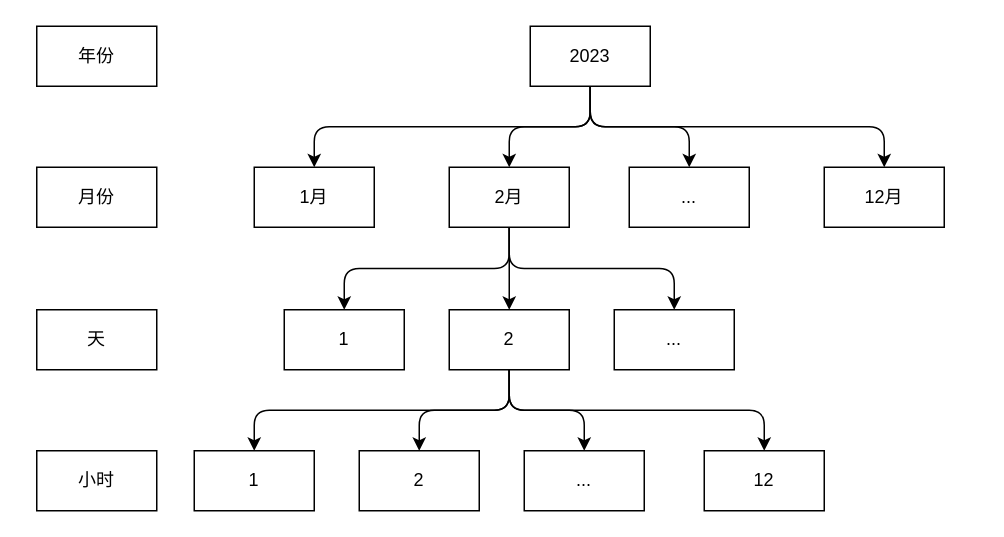
zhufuyin/draw keeps this draw.io diagram as 分段缓存.drawio. Above is the earlier version. Source tidied: cells renumbered, new cells numbered last; positions are measured from the earlier drawing's top-left corner, leaving out a move shared by most shapes. Both pictures are drawn from the tidied source at 150%, with x=0, y=0 at pixel (36, 26).
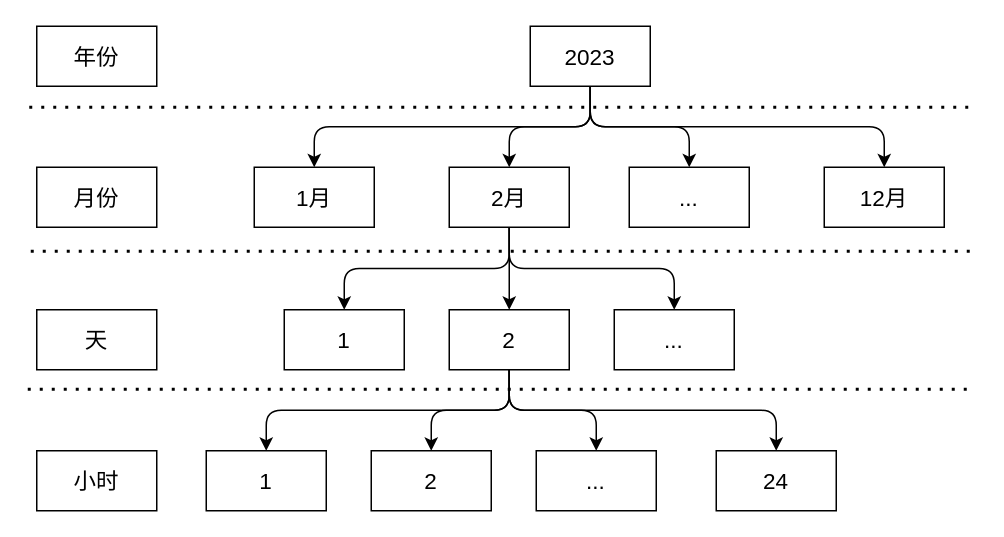
After the change.

Commit message (it also covers changes not shown here):
更新分段缓存.drawio

What changed in the source:
```diff
@@
-    <mxCell id="2" value="1月" style="rounded=0;whiteSpace=wrap;html=1;" parent="1" vertex="1">
+    <mxCell id="2" value="1月" style="rounded=0;whiteSpace=wrap;html=1;fontSize=15;" parent="1" vertex="1">
       <mxGeometry x="145" y="94" width="80" height="40" as="geometry" />
     </mxCell>
-    <mxCell id="3" style="edgeStyle=orthogonalEdgeStyle;rounded=1;jettySize=auto;html=1;exitX=0.5;exitY=1;exitDx=0;exitDy=0;curved=0;" parent="1" edge="1" source="7" target="2">
+    <mxCell id="3" style="edgeStyle=orthogonalEdgeStyle;rounded=1;jettySize=auto;html=1;exitX=0.5;exitY=1;exitDx=0;exitDy=0;curved=0;fontSize=15;" parent="1" edge="1" source="7" target="2">
       <mxGeometry relative="1" as="geometry" />
     </mxCell>
-    <mxCell id="4" style="edgeStyle=orthogonalEdgeStyle;rounded=1;jettySize=auto;html=1;exitX=0.5;exitY=1;exitDx=0;exitDy=0;entryX=0.5;entryY=0;entryDx=0;entryDy=0;curved=0;" parent="1" edge="1" source="7" target="11">
+    <mxCell id="4" style="edgeStyle=orthogonalEdgeStyle;rounded=1;jettySize=auto;html=1;exitX=0.5;exitY=1;exitDx=0;exitDy=0;entryX=0.5;entryY=0;entryDx=0;entryDy=0;curved=0;fontSize=15;" parent="1" edge="1" source="7" target="11">
       <mxGeometry relative="1" as="geometry" />
     </mxCell>
-    <mxCell id="5" style="edgeStyle=orthogonalEdgeStyle;rounded=1;jettySize=auto;html=1;exitX=0.5;exitY=1;exitDx=0;exitDy=0;entryX=0.5;entryY=0;entryDx=0;entryDy=0;curved=0;" parent="1" edge="1" source="7" target="12">
+    <mxCell id="5" style="edgeStyle=orthogonalEdgeStyle;rounded=1;jettySize=auto;html=1;exitX=0.5;exitY=1;exitDx=0;exitDy=0;entryX=0.5;entryY=0;entryDx=0;entryDy=0;curved=0;fontSize=15;" parent="1" edge="1" source="7" target="12">
       <mxGeometry relative="1" as="geometry" />
     </mxCell>
-    <mxCell id="6" style="edgeStyle=orthogonalEdgeStyle;rounded=1;jettySize=auto;html=1;exitX=0.5;exitY=1;exitDx=0;exitDy=0;entryX=0.5;entryY=0;entryDx=0;entryDy=0;curved=0;" parent="1" edge="1" source="7" target="13">
+    <mxCell id="6" style="edgeStyle=orthogonalEdgeStyle;rounded=1;jettySize=auto;html=1;exitX=0.5;exitY=1;exitDx=0;exitDy=0;entryX=0.5;entryY=0;entryDx=0;entryDy=0;curved=0;fontSize=15;" parent="1" edge="1" source="7" target="13">
       <mxGeometry relative="1" as="geometry" />
     </mxCell>
-    <mxCell id="7" value="2023" style="rounded=0;whiteSpace=wrap;html=1;" parent="1" vertex="1">
+    <mxCell id="7" value="2023" style="rounded=0;whiteSpace=wrap;html=1;fontSize=15;" parent="1" vertex="1">
       <mxGeometry x="329" width="80" height="40" as="geometry" />
     </mxCell>
-    <mxCell id="8" style="edgeStyle=orthogonalEdgeStyle;rounded=1;jettySize=auto;html=1;exitX=0.5;exitY=1;exitDx=0;exitDy=0;entryX=0.5;entryY=0;entryDx=0;entryDy=0;curved=0;" parent="1" edge="1" source="11" target="14">
+    <mxCell id="8" style="edgeStyle=orthogonalEdgeStyle;rounded=1;jettySize=auto;html=1;exitX=0.5;exitY=1;exitDx=0;exitDy=0;entryX=0.5;entryY=0;entryDx=0;entryDy=0;curved=0;fontSize=15;" parent="1" edge="1" source="11" target="14">
       <mxGeometry relative="1" as="geometry" />
     </mxCell>
-    <mxCell id="9" style="edgeStyle=orthogonalEdgeStyle;rounded=1;jettySize=auto;html=1;exitX=0.5;exitY=1;exitDx=0;exitDy=0;curved=0;" parent="1" edge="1" source="11" target="19">
+    <mxCell id="9" style="edgeStyle=orthogonalEdgeStyle;rounded=1;jettySize=auto;html=1;exitX=0.5;exitY=1;exitDx=0;exitDy=0;curved=0;fontSize=15;" parent="1" edge="1" source="11" target="19">
       <mxGeometry relative="1" as="geometry" />
     </mxCell>
-    <mxCell id="10" style="edgeStyle=orthogonalEdgeStyle;rounded=1;jettySize=auto;html=1;exitX=0.5;exitY=1;exitDx=0;exitDy=0;entryX=0.5;entryY=0;entryDx=0;entryDy=0;curved=0;" parent="1" edge="1" source="11" target="20">
+    <mxCell id="10" style="edgeStyle=orthogonalEdgeStyle;rounded=1;jettySize=auto;html=1;exitX=0.5;exitY=1;exitDx=0;exitDy=0;entryX=0.5;entryY=0;entryDx=0;entryDy=0;curved=0;fontSize=15;" parent="1" edge="1" source="11" target="20">
       <mxGeometry relative="1" as="geometry" />
     </mxCell>
-    <mxCell id="11" value="2月" style="rounded=0;whiteSpace=wrap;html=1;" parent="1" vertex="1">
+    <mxCell id="11" value="2月" style="rounded=0;whiteSpace=wrap;html=1;fontSize=15;" parent="1" vertex="1">
       <mxGeometry x="275" y="94" width="80" height="40" as="geometry" />
     </mxCell>
-    <mxCell id="12" value="..." style="rounded=0;whiteSpace=wrap;html=1;" parent="1" vertex="1">
+    <mxCell id="12" value="..." style="rounded=0;whiteSpace=wrap;html=1;fontSize=15;" parent="1" vertex="1">
       <mxGeometry x="395" y="94" width="80" height="40" as="geometry" />
     </mxCell>
-    <mxCell id="13" value="12月" style="rounded=0;whiteSpace=wrap;html=1;" parent="1" vertex="1">
+    <mxCell id="13" value="12月" style="rounded=0;whiteSpace=wrap;html=1;fontSize=15;" parent="1" vertex="1">
       <mxGeometry x="525" y="94" width="80" height="40" as="geometry" />
     </mxCell>
-    <mxCell id="14" value="1" style="rounded=0;whiteSpace=wrap;html=1;" parent="1" vertex="1">
+    <mxCell id="14" value="1" style="rounded=0;whiteSpace=wrap;html=1;fontSize=15;" parent="1" vertex="1">
       <mxGeometry x="165" y="189" width="80" height="40" as="geometry" />
     </mxCell>
-    <mxCell id="15" style="edgeStyle=orthogonalEdgeStyle;rounded=1;jettySize=auto;html=1;exitX=0.5;exitY=1;exitDx=0;exitDy=0;curved=0;" parent="1" edge="1" source="19" target="21">
+    <mxCell id="15" style="edgeStyle=orthogonalEdgeStyle;rounded=1;jettySize=auto;html=1;exitX=0.5;exitY=1;exitDx=0;exitDy=0;curved=0;fontSize=15;" parent="1" edge="1" source="19" target="21">
       <mxGeometry relative="1" as="geometry" />
     </mxCell>
-    <mxCell id="16" style="edgeStyle=orthogonalEdgeStyle;rounded=1;jettySize=auto;html=1;exitX=0.5;exitY=1;exitDx=0;exitDy=0;entryX=0.5;entryY=0;entryDx=0;entryDy=0;curved=0;" parent="1" edge="1" source="19" target="22">
+    <mxCell id="16" style="edgeStyle=orthogonalEdgeStyle;rounded=1;jettySize=auto;html=1;exitX=0.5;exitY=1;exitDx=0;exitDy=0;entryX=0.5;entryY=0;entryDx=0;entryDy=0;curved=0;fontSize=15;" parent="1" edge="1" source="19" target="22">
       <mxGeometry relative="1" as="geometry" />
     </mxCell>
-    <mxCell id="17" style="edgeStyle=orthogonalEdgeStyle;rounded=1;jettySize=auto;html=1;exitX=0.5;exitY=1;exitDx=0;exitDy=0;entryX=0.5;entryY=0;entryDx=0;entryDy=0;curved=0;" parent="1" edge="1" source="19" target="23">
+    <mxCell id="17" style="edgeStyle=orthogonalEdgeStyle;rounded=1;jettySize=auto;html=1;exitX=0.5;exitY=1;exitDx=0;exitDy=0;entryX=0.5;entryY=0;entryDx=0;entryDy=0;curved=0;fontSize=15;" parent="1" edge="1" source="19" target="23">
       <mxGeometry relative="1" as="geometry" />
     </mxCell>
-    <mxCell id="18" style="edgeStyle=orthogonalEdgeStyle;rounded=1;jettySize=auto;html=1;exitX=0.5;exitY=1;exitDx=0;exitDy=0;entryX=0.5;entryY=0;entryDx=0;entryDy=0;curved=0;" parent="1" edge="1" source="19" target="24">
+    <mxCell id="18" style="edgeStyle=orthogonalEdgeStyle;rounded=1;jettySize=auto;html=1;exitX=0.5;exitY=1;exitDx=0;exitDy=0;entryX=0.5;entryY=0;entryDx=0;entryDy=0;curved=0;fontSize=15;" parent="1" edge="1" source="19" target="24">
       <mxGeometry relative="1" as="geometry" />
     </mxCell>
-    <mxCell id="19" value="2" style="rounded=0;whiteSpace=wrap;html=1;" parent="1" vertex="1">
+    <mxCell id="19" value="2" style="rounded=0;whiteSpace=wrap;html=1;fontSize=15;" parent="1" vertex="1">
       <mxGeometry x="275" y="189" width="80" height="40" as="geometry" />
     </mxCell>
-    <mxCell id="20" value="..." style="rounded=0;whiteSpace=wrap;html=1;" parent="1" vertex="1">
+    <mxCell id="20" value="..." style="rounded=0;whiteSpace=wrap;html=1;fontSize=15;" parent="1" vertex="1">
       <mxGeometry x="385" y="189" width="80" height="40" as="geometry" />
     </mxCell>
-    <mxCell id="21" value="1" style="rounded=0;whiteSpace=wrap;html=1;" parent="1" vertex="1">
-      <mxGeometry x="105" y="283" width="80" height="40" as="geometry" />
+    <mxCell id="21" value="1" style="rounded=0;whiteSpace=wrap;html=1;fontSize=15;" parent="1" vertex="1">
+      <mxGeometry x="113" y="283" width="80" height="40" as="geometry" />
     </mxCell>
-    <mxCell id="22" value="2" style="rounded=0;whiteSpace=wrap;html=1;" parent="1" vertex="1">
-      <mxGeometry x="215" y="283" width="80" height="40" as="geometry" />
+    <mxCell id="22" value="2" style="rounded=0;whiteSpace=wrap;html=1;fontSize=15;" parent="1" vertex="1">
+      <mxGeometry x="223" y="283" width="80" height="40" as="geometry" />
     </mxCell>
-    <mxCell id="23" value="..." style="rounded=0;whiteSpace=wrap;html=1;" parent="1" vertex="1">
-      <mxGeometry x="325" y="283" width="80" height="40" as="geometry" />
+    <mxCell id="23" value="..." style="rounded=0;whiteSpace=wrap;html=1;fontSize=15;" parent="1" vertex="1">
+      <mxGeometry x="333" y="283" width="80" height="40" as="geometry" />
     </mxCell>
-    <mxCell id="24" value="12" style="rounded=0;whiteSpace=wrap;html=1;" parent="1" vertex="1">
-      <mxGeometry x="445" y="283" width="80" height="40" as="geometry" />
+    <mxCell id="24" value="24" style="rounded=0;whiteSpace=wrap;html=1;fontSize=15;" parent="1" vertex="1">
+      <mxGeometry x="453" y="283" width="80" height="40" as="geometry" />
     </mxCell>
-    <mxCell id="25" value="年份" style="rounded=0;whiteSpace=wrap;html=1;" parent="1" vertex="1">
+    <mxCell id="25" value="年份" style="rounded=0;whiteSpace=wrap;html=1;fontSize=15;" parent="1" vertex="1">
       <mxGeometry width="80" height="40" as="geometry" />
     </mxCell>
-    <mxCell id="26" value="月份" style="rounded=0;whiteSpace=wrap;html=1;" parent="1" vertex="1">
+    <mxCell id="26" value="月份" style="rounded=0;whiteSpace=wrap;html=1;fontSize=15;" parent="1" vertex="1">
       <mxGeometry y="94" width="80" height="40" as="geometry" />
     </mxCell>
-    <mxCell id="27" value="天" style="rounded=0;whiteSpace=wrap;html=1;" parent="1" vertex="1">
+    <mxCell id="27" value="天" style="rounded=0;whiteSpace=wrap;html=1;fontSize=15;" parent="1" vertex="1">
       <mxGeometry y="189" width="80" height="40" as="geometry" />
     </mxCell>
-    <mxCell id="28" value="小时" style="rounded=0;whiteSpace=wrap;html=1;" parent="1" vertex="1">
+    <mxCell id="28" value="小时" style="rounded=0;whiteSpace=wrap;html=1;fontSize=15;" parent="1" vertex="1">
       <mxGeometry y="283" width="80" height="40" as="geometry" />
     </mxCell>
+    <mxCell id="29" style="endArrow=none;dashed=1;html=1;dashPattern=1 3;strokeWidth=2;rounded=0;fontSize=15;" parent="1" edge="1">
+      <mxGeometry relative="1" as="geometry">
+        <mxPoint x="-5" y="54" as="sourcePoint" />
+        <mxPoint x="625" y="54" as="targetPoint" />
+      </mxGeometry>
+    </mxCell>
+    <mxCell id="30" style="endArrow=none;dashed=1;html=1;dashPattern=1 3;strokeWidth=2;rounded=0;fontSize=15;" parent="1" edge="1">
+      <mxGeometry relative="1" as="geometry">
+        <mxPoint x="-4" y="150" as="sourcePoint" />
+        <mxPoint x="626" y="150" as="targetPoint" />
+      </mxGeometry>
+    </mxCell>
+    <mxCell id="31" style="endArrow=none;dashed=1;html=1;dashPattern=1 3;strokeWidth=2;rounded=0;fontSize=15;" parent="1" edge="1">
+      <mxGeometry relative="1" as="geometry">
+        <mxPoint x="-6" y="242" as="sourcePoint" />
+        <mxPoint x="624" y="242" as="targetPoint" />
+      </mxGeometry>
+    </mxCell>
```
